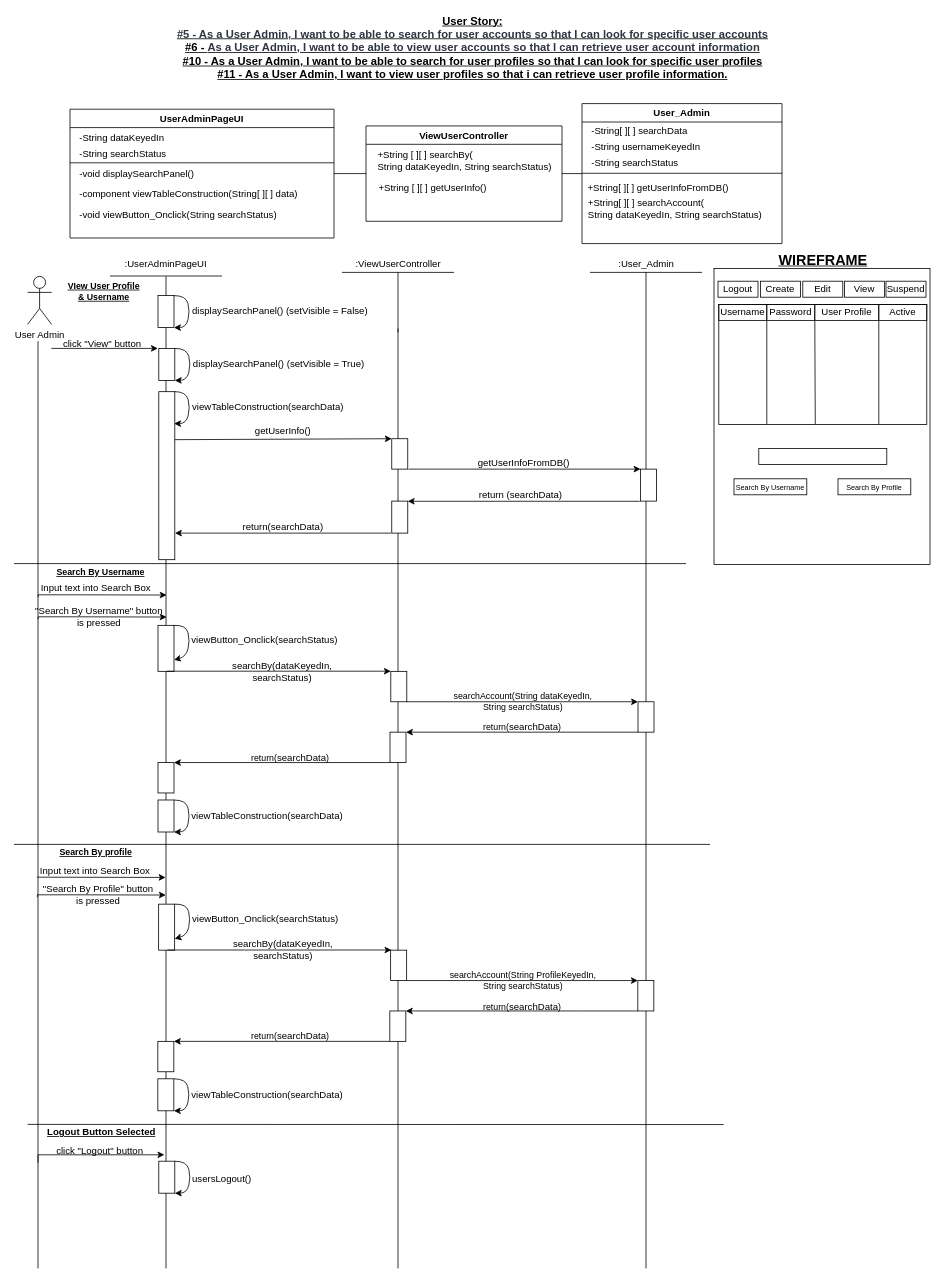
Earlier version of the draw.io diagram BCE_UML_and_Diagrams/UserAdmin_View(UserStory_5&6&10&11)/UserStory_5&6&10&11_BCE_Sequence.drawio (extred5700/JAVAGUI-Restaurant-Table-Order-System). Source tidied: cells renumbered, new cells numbered last; positions are measured from the earlier drawing's top-left corner, leaving out a move shared by most shapes. Both pictures are drawn from the tidied source at 80%, with x=0, y=0 at pixel (14, 15).
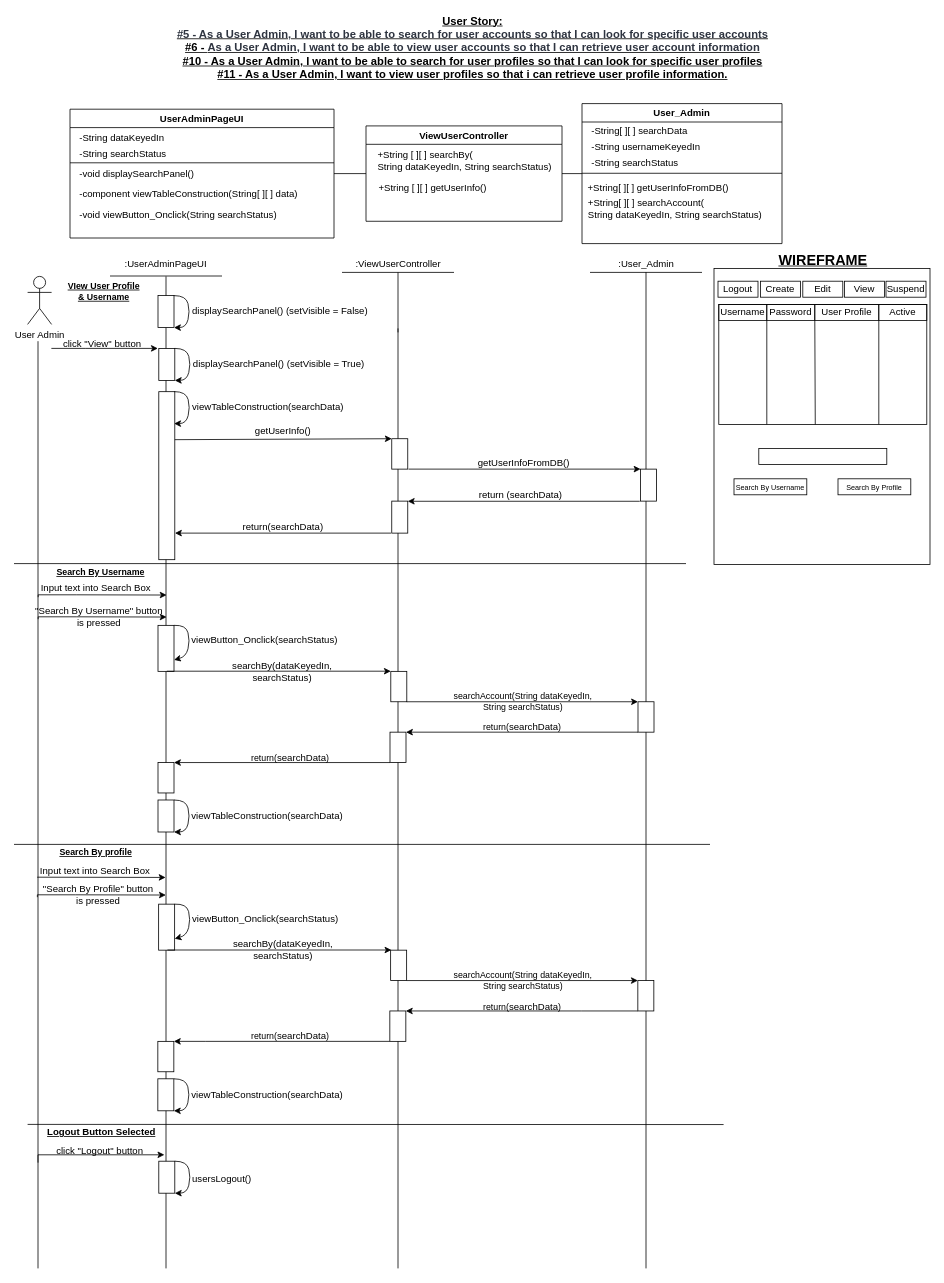
After the change.

What changed in the source:
```diff
@@
-    <mxCell id="82" value="&lt;div style=&quot;font-size: 11px&quot;&gt;&lt;font style=&quot;font-size: 11px&quot;&gt;searchAccount(&lt;span&gt;String ProfileKeyedIn,&lt;/span&gt;&lt;/font&gt;&lt;/div&gt;&lt;div style=&quot;font-size: 11px&quot;&gt;&lt;font style=&quot;font-size: 11px&quot;&gt;String searchStatus)&lt;/font&gt;&lt;/div&gt;" style="text;html=1;align=center;verticalAlign=middle;strokeColor=none;fillColor=none;" parent="1" vertex="1">
-      <mxGeometry x="535.8" y="1191" width="200" height="30" as="geometry" />
+    <mxCell id="82" value="&lt;div style=&quot;font-size: 11px&quot;&gt;&lt;font style=&quot;font-size: 11px&quot;&gt;searchAccount(&lt;span&gt;String dataKeyedIn,&lt;/span&gt;&lt;/font&gt;&lt;/div&gt;&lt;div style=&quot;font-size: 11px&quot;&gt;&lt;font style=&quot;font-size: 11px&quot;&gt;String searchStatus)&lt;/font&gt;&lt;/div&gt;" style="text;html=1;align=center;verticalAlign=middle;strokeColor=none;fillColor=none;" parent="1" vertex="1">
+      <mxGeometry x="540.8" y="1191" width="190" height="30" as="geometry" />
     </mxCell>
```
